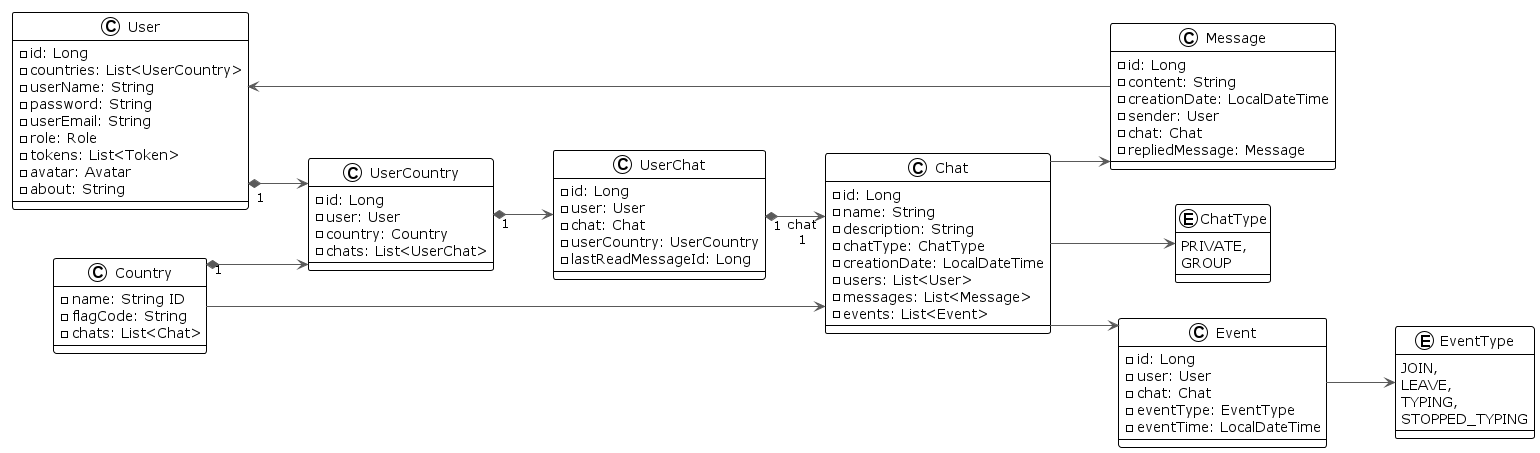
Earlier version of the PlantUML export docs/architecture/class-diagram/core-class-diagram_v2.png (LiashenkoAndrey/talk-and-travel). Its diagram source:
```plantuml
@startuml

!theme plain
left to right direction
skinparam linetype ortho

class User {
  - id: Long
  - countries: List<UserCountry>
  - userName: String
  - password: String
  - userEmail: String
  - role: Role
  - tokens: List<Token>
  - avatar: Avatar
  - about: String
}

class UserCountry {
  - id: Long
  - user: User
  - country: Country
  - chats: List<UserChat>
}

class UserChat {
  - id: Long
  - user: User
  - chat: Chat
  - userCountry: UserCountry
  - lastReadMessageId: Long
}

class Country {
  - name: String ID
  - flagCode: String
  - chats: List<Chat>
}

class Chat {
  - id: Long
  - name: String
  - description: String
  - chatType: ChatType
  - creationDate: LocalDateTime
  - users: List<User>
  - messages: List<Message>
  - events: List<Event>
}

enum ChatType {
  PRIVATE,
  GROUP
}

class Message {
  - id: Long
  - content: String
  - creationDate: LocalDateTime
  - sender: User
  - chat: Chat
  - repliedMessage: Message
}

class Event {
  - id: Long
  - user: User
  - chat: Chat
  - eventType: EventType
  - eventTime: LocalDateTime
}

enum EventType {
  JOIN,
  LEAVE,
  TYPING,
  STOPPED_TYPING
}


Message -[#595959,plain]-> User

Chat -[#595959,plain]-> Message
Chat -[#595959,plain]-> Event
Country -[#595959,plain]-> Chat

User  "1" *-[#595959,plain]->  UserCountry
UserCountry  "1" *-[#595959,plain]-> UserChat

Country  "1" *-[#595959,plain]-> UserCountry
UserChat     "1" *-[#595959,plain]-> "chat\n1" Chat

Event -[#595959,plain]-> EventType
Chat -[#595959,plain]-> ChatType

@enduml
```
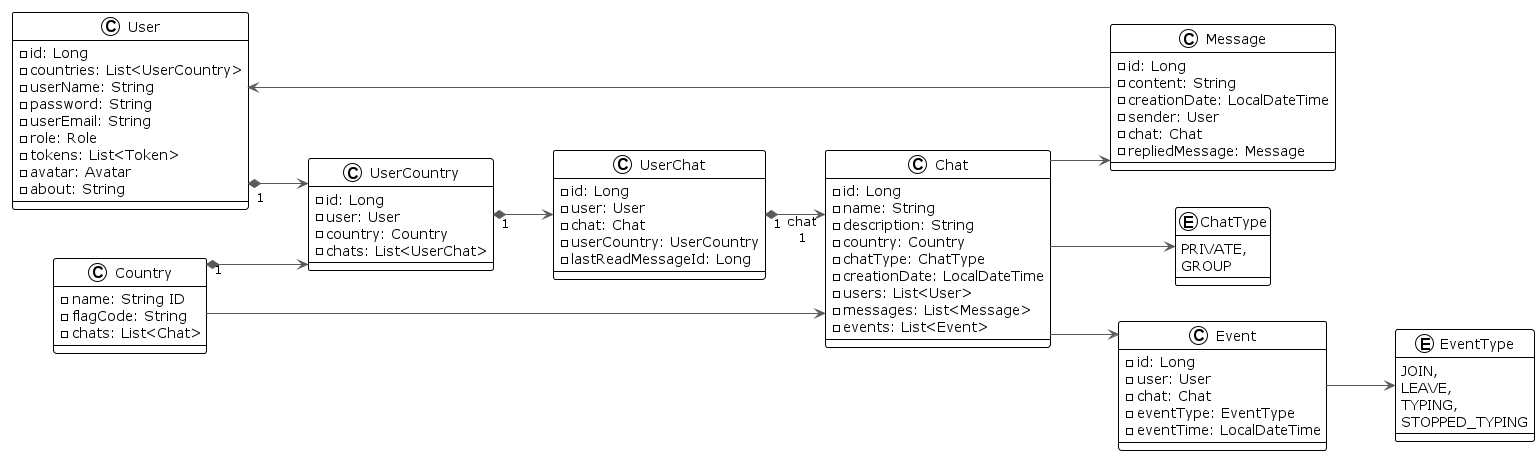
After the change.

Commit message:
add 'country' field into ChatDto

Diff of the diagram source:
```diff
@@ -41,6 +41,7 @@
   - id: Long
   - name: String
   - description: String
+  - country: Country
   - chatType: ChatType
   - creationDate: LocalDateTime
   - users: List<User>
```
